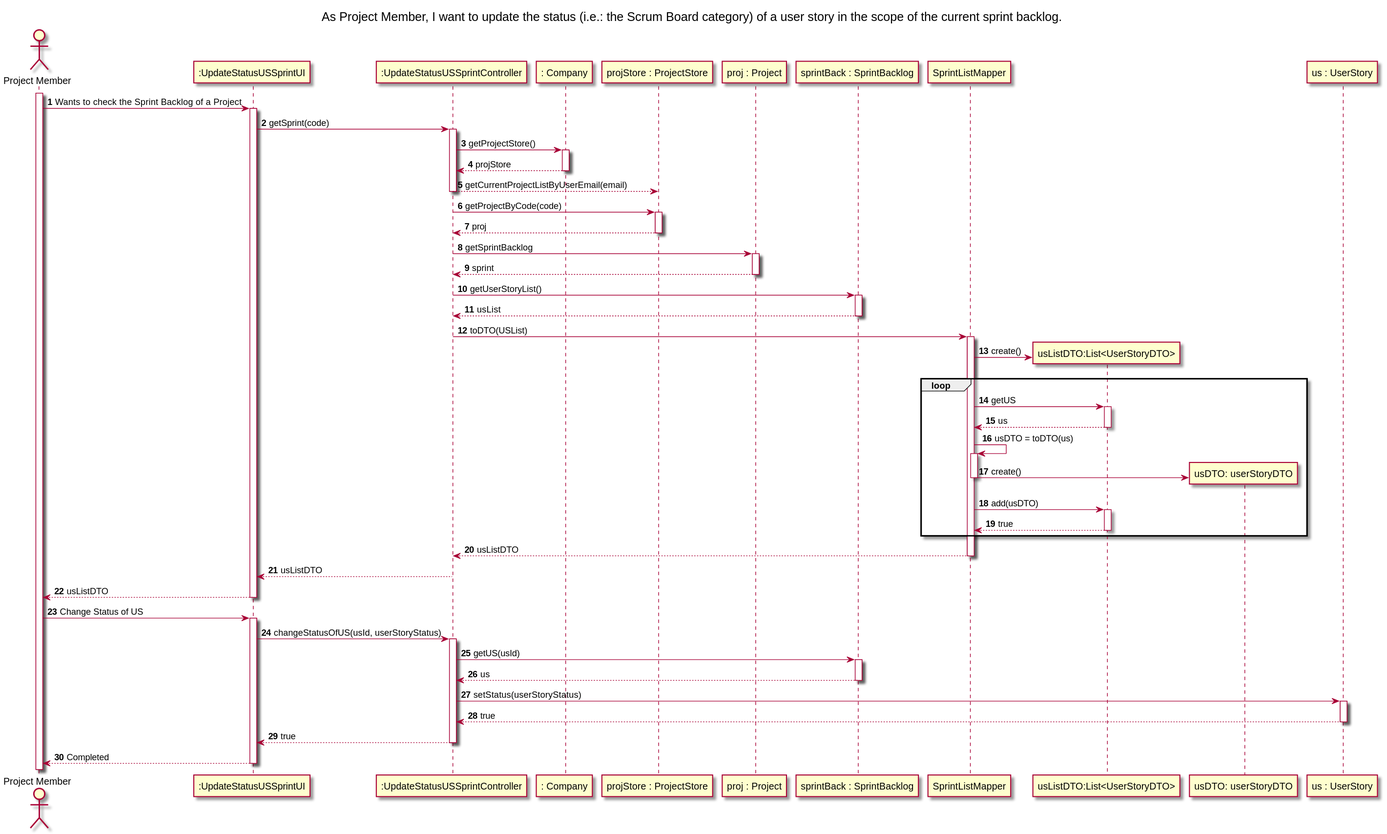
Earlier version of the PlantUML export docs/Sprint3/US034/US034-SD.svg (nunogon1211787/projectManagement).
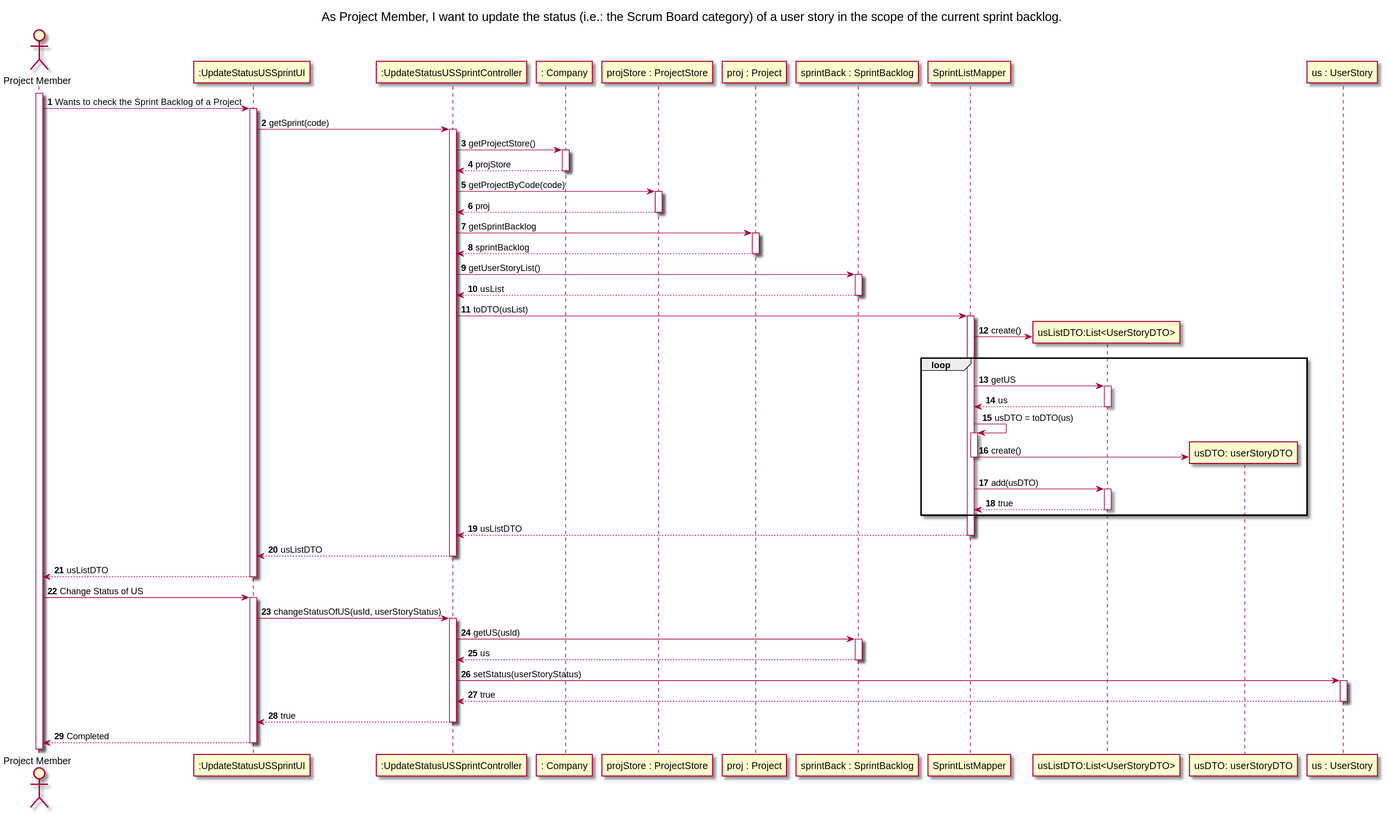
After the change.

Diff of the diagram source:
```diff
@@ -25,14 +25,13 @@
 System -> Ctrl: getSprint(code)
 Ctrl -> C1: getProjectStore()
 C1 --> Ctrl: projStore
-Ctrl --> C2: getCurrentProjectListByUserEmail(email)
 Ctrl -> C2: getProjectByCode(code)
 C2 --> Ctrl: proj
 Ctrl -> C3: getSprintBacklog
-C3 --> Ctrl: sprint
+C3 --> Ctrl: sprintBacklog
 Ctrl -> C4: getUserStoryList()
 C4 --> Ctrl: usList
-Ctrl -> C5: toDTO(USList)
+Ctrl -> C5: toDTO(usList)
 C5 -> C5.1 ** : create()
 loop
 C5 -> C5.1: getUS
```
